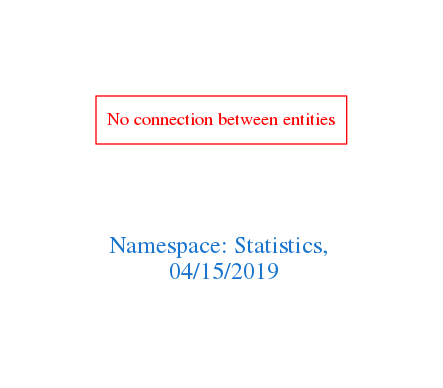
arago/OGIT keeps this Graphviz diagram as downloads/Statistics.png. Above is the earlier version. Its source is kept beside it as downloads/Statistics.dot.
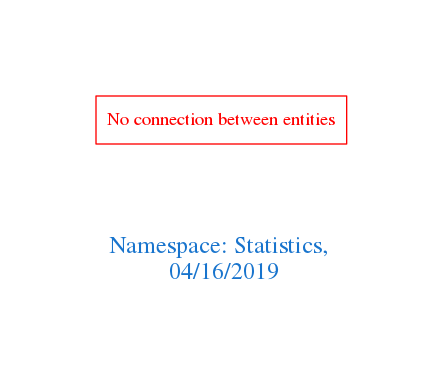
The same diagram one commit later.

Diff of the diagram source:
```diff
@@ -1,7 +1,7 @@
 digraph OGIT_ontology {
  graph [ rankdir= LR,pad=1
 fontsize = 18,
-fontcolor= dodgerblue3,label = "\n\n\nNamespace: Statistics, \n 04/15/2019"];
+fontcolor= dodgerblue3,label = "\n\n\nNamespace: Statistics, \n 04/16/2019"];
 node[shape=polygon];
 edge [  color="gray81"];
 
```
